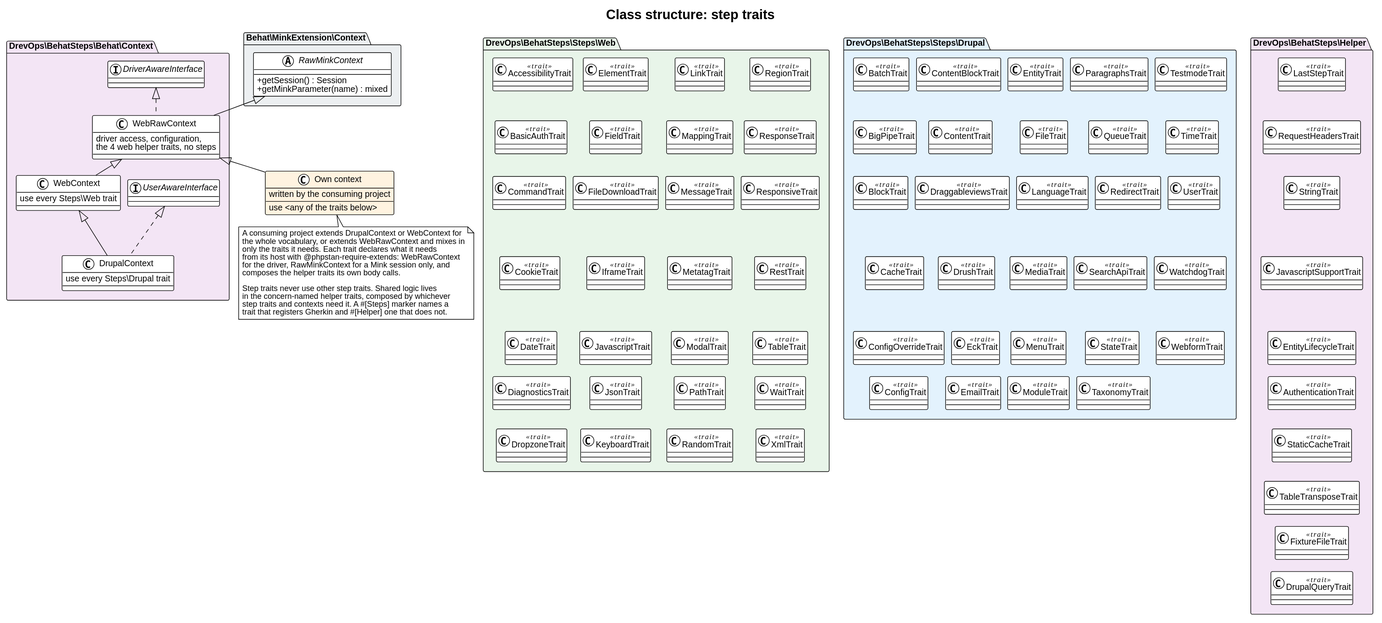
This is docs/architecture/class-traits.svg from drevops/behat-steps, a PlantUML export, as it was before one commit.
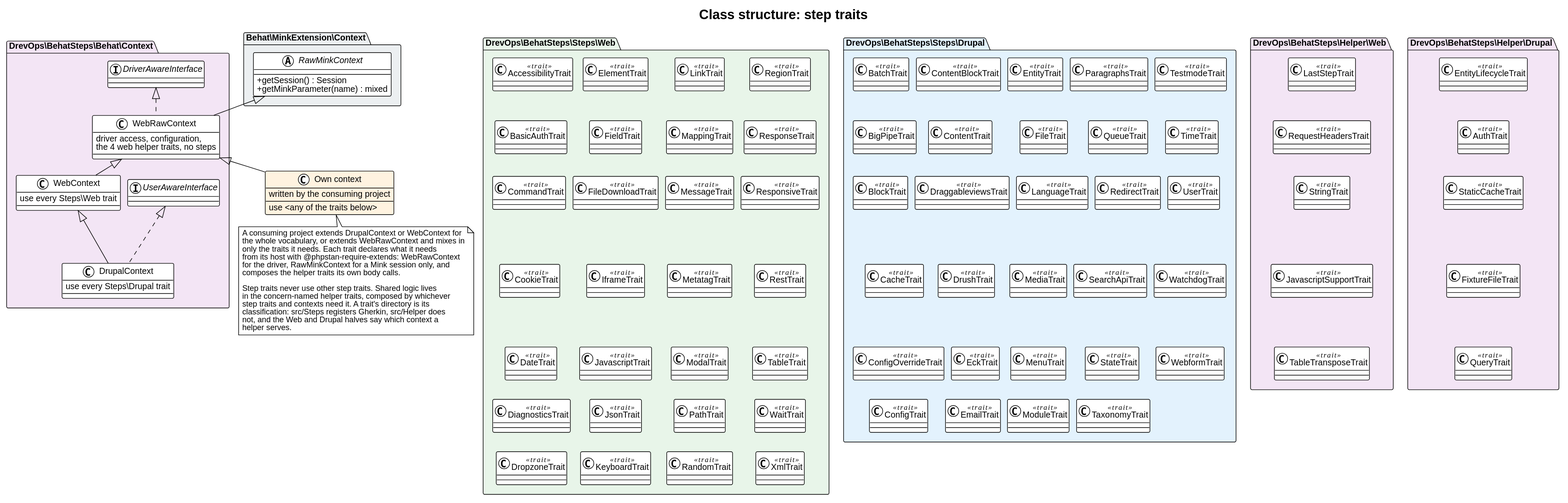
The same file after the commit.

Commit message:
[#836] Retraced the migration guide and the architecture docs onto the helper split.

What changed in the source:
```diff
@@ -170,27 +170,30 @@
   WatchdogTrait -[hidden]down- WebformTrait
 }
 
-package "DrevOps\\BehatSteps\\Helper" #F3E5F5 {
+package "DrevOps\\BehatSteps\\Helper\\Web" #F3E5F5 {
   class LastStepTrait <<trait>>
   class RequestHeadersTrait <<trait>>
   class StringTrait <<trait>>
   class JavascriptSupportTrait <<trait>>
-  class EntityLifecycleTrait <<trait>>
-  class AuthenticationTrait <<trait>>
-  class StaticCacheTrait <<trait>>
   class TableTransposeTrait <<trait>>
-  class FixtureFileTrait <<trait>>
-  class DrupalQueryTrait <<trait>>
 
   LastStepTrait -[hidden]down- RequestHeadersTrait
   RequestHeadersTrait -[hidden]down- StringTrait
   StringTrait -[hidden]down- JavascriptSupportTrait
-  JavascriptSupportTrait -[hidden]down- EntityLifecycleTrait
-  EntityLifecycleTrait -[hidden]down- AuthenticationTrait
-  AuthenticationTrait -[hidden]down- StaticCacheTrait
-  StaticCacheTrait -[hidden]down- TableTransposeTrait
-  TableTransposeTrait -[hidden]down- FixtureFileTrait
-  FixtureFileTrait -[hidden]down- DrupalQueryTrait
+  JavascriptSupportTrait -[hidden]down- TableTransposeTrait
+}
+
+package "DrevOps\\BehatSteps\\Helper\\Drupal" #F3E5F5 {
+  class EntityLifecycleTrait <<trait>>
+  class AuthTrait <<trait>>
+  class StaticCacheTrait <<trait>>
+  class FixtureFileTrait <<trait>>
+  class QueryTrait <<trait>>
+
+  EntityLifecycleTrait -[hidden]down- AuthTrait
+  AuthTrait -[hidden]down- StaticCacheTrait
+  StaticCacheTrait -[hidden]down- FixtureFileTrait
+  FixtureFileTrait -[hidden]down- QueryTrait
 }
 
 note bottom of Consumer
@@ -203,7 +206,9 @@
 
   Step traits never use other step traits. Shared logic lives
   in the concern-named helper traits, composed by whichever
-  step traits and contexts need it. A #[Steps] marker names a
-  trait that registers Gherkin and #[Helper] one that does not.
+  step traits and contexts need it. A trait's directory is its
+  classification: src/Steps registers Gherkin, src/Helper does
+  not, and the Web and Drupal halves say which context a
+  helper serves.
 end note
 @enduml
```
